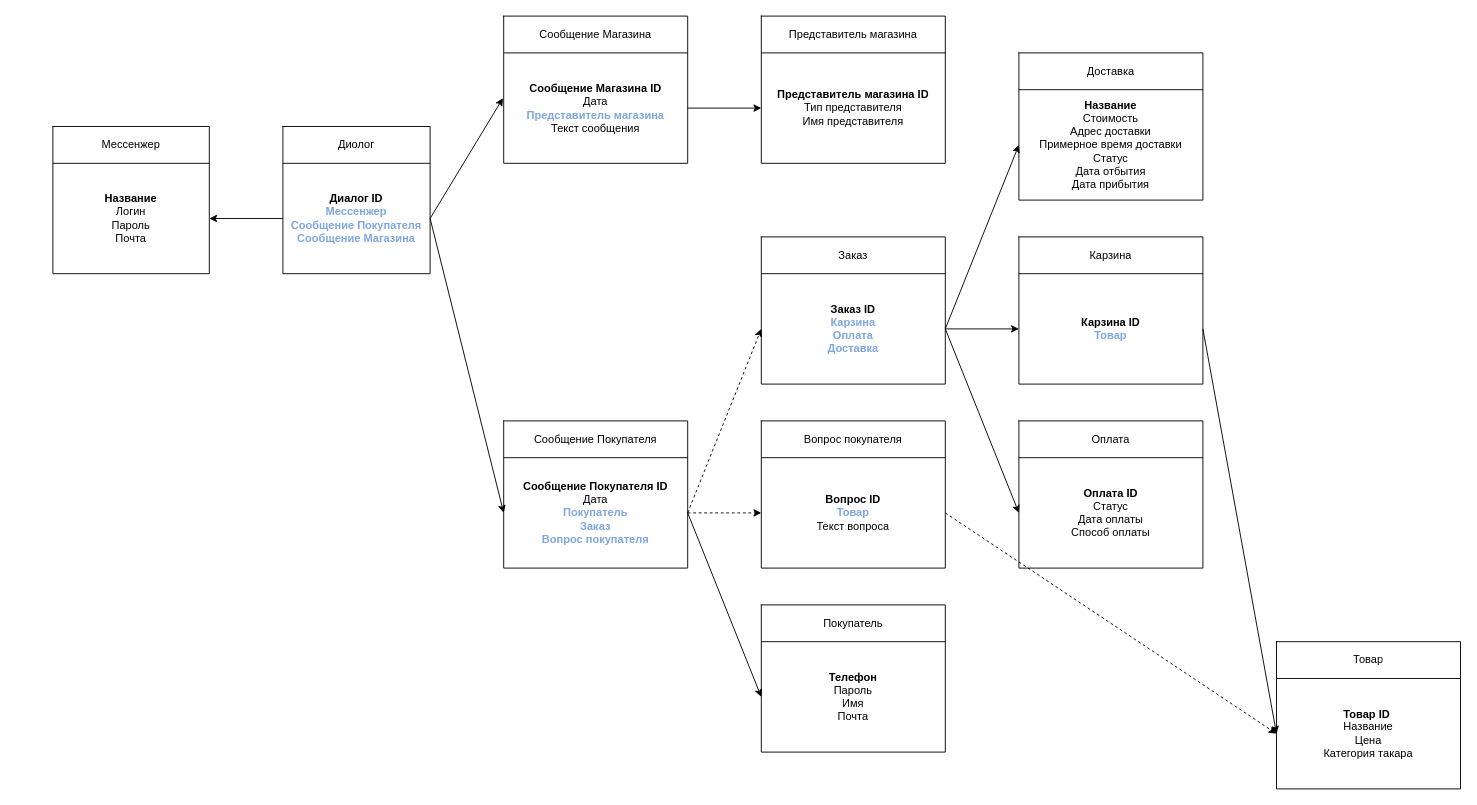
Before: page "Page-1" (1 of 3) of Untitled Diagram.drawio in HegelPro/db-diagram, a draw.io diagram. Source tidied: cells renumbered, new cells numbered last; positions are measured from the earlier drawing's top-left corner, leaving out a move shared by most shapes. Both pictures are drawn from the tidied source at 92%, with x=0, y=0 at pixel (52, 16).
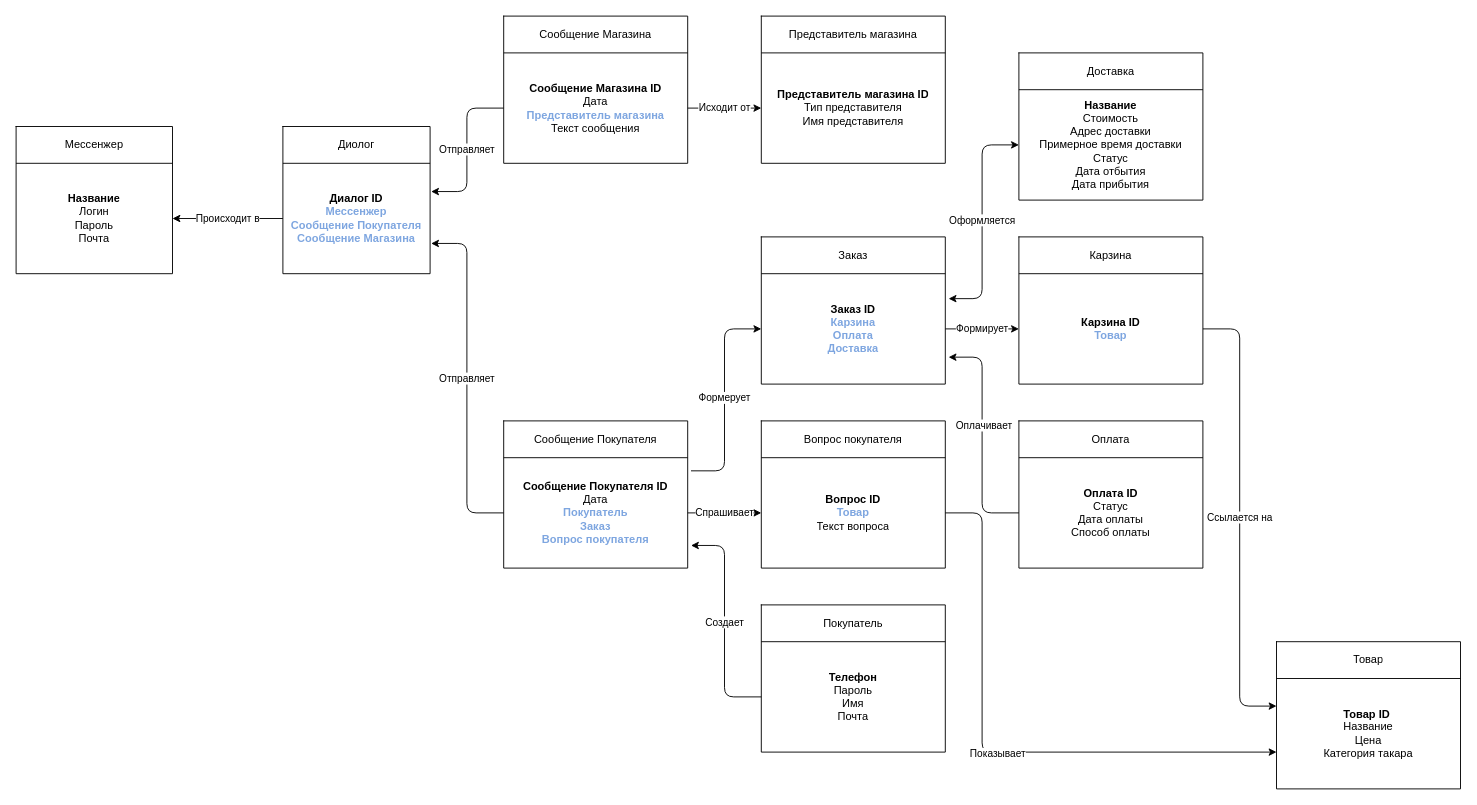
The same diagram, later.

Unchanged cells that the change refers to:
```xml
<mxCell id="6" style="shape=partialRectangle;html=1;whiteSpace=wrap;fillColor=none;top=0;left=0;bottom=0;right=0;points=[[0,0.5],[1,0.5]];portConstraint=eastwest;" parent="3" vertex="1">
  <mxGeometry y="40" width="200" height="120" as="geometry" />
</mxCell>
<mxCell id="11" style="shape=partialRectangle;html=1;whiteSpace=wrap;fillColor=none;top=0;left=0;bottom=0;right=0;points=[[0,0.5],[1,0.5]];portConstraint=eastwest;" parent="8" vertex="1">
  <mxGeometry y="40" width="200" height="120" as="geometry" />
</mxCell>
<mxCell id="16" style="shape=partialRectangle;html=1;whiteSpace=wrap;fillColor=none;top=0;left=0;bottom=0;right=0;points=[[0,0.5],[1,0.5]];portConstraint=eastwest;" parent="13" vertex="1">
  <mxGeometry y="40" width="160" height="120" as="geometry" />
</mxCell>
<mxCell id="21" style="shape=partialRectangle;html=1;whiteSpace=wrap;fillColor=none;top=0;left=0;bottom=0;right=0;points=[[0,0.5],[1,0.5]];portConstraint=eastwest;" parent="18" vertex="1">
  <mxGeometry y="40" width="200" height="120" as="geometry" />
</mxCell>
<mxCell id="26" style="shape=partialRectangle;html=1;whiteSpace=wrap;fillColor=none;top=0;left=0;bottom=0;right=0;points=[[0,0.5],[1,0.5]];portConstraint=eastwest;" parent="23" vertex="1">
  <mxGeometry y="40" width="200" height="120" as="geometry" />
</mxCell>
<mxCell id="31" style="shape=partialRectangle;html=1;whiteSpace=wrap;fillColor=none;top=0;left=0;bottom=0;right=0;points=[[0,0.5],[1,0.5]];portConstraint=eastwest;" parent="28" vertex="1">
  <mxGeometry y="40" width="200" height="120" as="geometry" />
</mxCell>
<mxCell id="36" style="shape=partialRectangle;html=1;whiteSpace=wrap;fillColor=none;top=0;left=0;bottom=0;right=0;points=[[0,0.5],[1,0.5]];portConstraint=eastwest;" parent="33" vertex="1">
  <mxGeometry y="40" width="200" height="120" as="geometry" />
</mxCell>
<mxCell id="42" style="shape=partialRectangle;html=1;whiteSpace=wrap;fillColor=none;top=0;left=0;bottom=0;right=0;points=[[0,0.5],[1,0.5]];portConstraint=eastwest;" parent="38" vertex="1">
  <mxGeometry y="40" width="200" height="120" as="geometry" />
</mxCell>
<mxCell id="53" style="shape=partialRectangle;html=1;whiteSpace=wrap;fillColor=none;top=0;left=0;bottom=0;right=0;points=[[0,0.5],[1,0.5]];portConstraint=eastwest;" parent="50" vertex="1">
  <mxGeometry y="40" width="200" height="120" as="geometry" />
</mxCell>
<mxCell id="58" style="shape=partialRectangle;html=1;whiteSpace=wrap;fillColor=none;top=0;left=0;bottom=0;right=0;points=[[0,0.5],[1,0.5]];portConstraint=eastwest;" parent="55" vertex="1">
  <mxGeometry y="40" width="200" height="120" as="geometry" />
</mxCell>
<mxCell id="65" style="shape=partialRectangle;html=1;whiteSpace=wrap;fillColor=none;top=0;left=0;bottom=0;right=0;points=[[0,0.5],[1,0.5]];portConstraint=eastwest;" parent="62" vertex="1">
  <mxGeometry y="40" width="170" height="120" as="geometry" />
</mxCell>
<mxCell id="71" style="shape=partialRectangle;html=1;whiteSpace=wrap;fillColor=none;top=0;left=0;bottom=0;right=0;points=[[0,0.5],[1,0.5]];portConstraint=eastwest;" parent="68" vertex="1">
  <mxGeometry y="40" width="200" height="120" as="geometry" />
</mxCell>
```

The edit, as a diff of the source:
```diff
@@
-    <mxCell id="44" style="edgeStyle=none;rounded=0;jettySize=auto;html=1;exitX=1;exitY=0.5;exitDx=0;exitDy=0;entryX=-0.004;entryY=0.41;entryDx=0;entryDy=0;entryPerimeter=0;" parent="1" edge="1" source="16" target="42">
-      <mxGeometry relative="1" as="geometry" />
-    </mxCell>
-    <mxCell id="45" style="endArrow=classic;html=1;exitX=1;exitY=0.5;exitDx=0;exitDy=0;entryX=0;entryY=0.5;entryDx=0;entryDy=0;" parent="1" edge="1" source="16" target="11">
-      <mxGeometry relative="1" as="geometry" />
-    </mxCell>
-    <mxCell id="46" style="edgeStyle=none;rounded=0;jettySize=auto;html=1;exitX=1;exitY=0.5;exitDx=0;exitDy=0;entryX=0;entryY=0.5;entryDx=0;entryDy=0;" parent="1" edge="1" source="31" target="26">
-      <mxGeometry relative="1" as="geometry" />
-    </mxCell>
-    <mxCell id="47" style="edgeStyle=none;rounded=0;jettySize=auto;html=1;exitX=1;exitY=0.5;exitDx=0;exitDy=0;entryX=0;entryY=0.5;entryDx=0;entryDy=0;" parent="1" edge="1" source="26" target="21">
-      <mxGeometry relative="1" as="geometry" />
-    </mxCell>
-    <mxCell id="48" style="edgeStyle=none;rounded=0;jettySize=auto;html=1;exitX=1;exitY=0.5;exitDx=0;exitDy=0;entryX=0;entryY=0.5;entryDx=0;entryDy=0;" parent="1" edge="1" source="11" target="6">
-      <mxGeometry relative="1" as="geometry" />
-    </mxCell>
-    <mxCell id="49" style="edgeStyle=none;rounded=0;jettySize=auto;html=1;entryX=0;entryY=0.5;entryDx=0;entryDy=0;exitX=1;exitY=0.5;exitDx=0;exitDy=0;" parent="1" edge="1" source="42" target="36">
-      <mxGeometry relative="1" as="geometry" />
-    </mxCell>
@@
-    <mxCell id="60" style="edgeStyle=none;rounded=0;jettySize=auto;html=1;exitX=1;exitY=0.5;exitDx=0;exitDy=0;entryX=0;entryY=0.5;entryDx=0;entryDy=0;" parent="1" edge="1" source="31" target="53">
-      <mxGeometry relative="1" as="geometry" />
-    </mxCell>
-    <mxCell id="61" style="edgeStyle=none;rounded=0;jettySize=auto;html=1;exitX=1;exitY=0.5;exitDx=0;exitDy=0;entryX=0;entryY=0.5;entryDx=0;entryDy=0;" parent="1" edge="1" source="31" target="58">
-      <mxGeometry relative="1" as="geometry" />
-    </mxCell>
     <mxCell id="62" style="shape=table;html=1;whiteSpace=wrap;startSize=0;childLayout=tableLayout;" parent="1" vertex="1">
-      <mxGeometry y="120" width="170" height="160" as="geometry" />
+      <mxGeometry x="-40" y="120" width="170" height="160" as="geometry" />
     </mxCell>
@@
-    <mxCell id="67" style="edgeStyle=none;rounded=0;jettySize=auto;html=1;exitX=0;exitY=0.5;exitDx=0;exitDy=0;entryX=1;entryY=0.5;entryDx=0;entryDy=0;" parent="1" edge="1" source="16" target="65">
-      <mxGeometry relative="1" as="geometry" />
-    </mxCell>
@@
-    <mxCell id="73" style="edgeStyle=none;jettySize=auto;html=1;exitX=1;exitY=0.5;exitDx=0;exitDy=0;entryX=0;entryY=0.5;entryDx=0;entryDy=0;dashed=1;rounded=0;" parent="1" edge="1" source="11" target="71">
-      <mxGeometry relative="1" as="geometry" />
-    </mxCell>
-    <mxCell id="74" style="edgeStyle=none;rounded=0;jettySize=auto;html=1;exitX=1;exitY=0.5;exitDx=0;exitDy=0;entryX=0;entryY=0.5;entryDx=0;entryDy=0;dashed=1;" parent="1" edge="1" source="11" target="31">
-      <mxGeometry relative="1" as="geometry" />
-    </mxCell>
-    <mxCell id="75" style="edgeStyle=none;rounded=0;jettySize=auto;html=1;exitX=1;exitY=0.5;exitDx=0;exitDy=0;entryX=0;entryY=0.5;entryDx=0;entryDy=0;dashed=1;" parent="1" edge="1" source="71" target="21">
-      <mxGeometry relative="1" as="geometry" />
-    </mxCell>
+    <mxCell id="76" value="Происходит в" style="edgeStyle=orthogonalEdgeStyle;curved=0;rounded=1;sketch=0;jettySize=auto;html=1;exitX=1;exitY=0.5;exitDx=0;exitDy=0;endArrow=none;endFill=0;startArrow=classic;startFill=1;" parent="1" edge="1" source="65" target="16">
+      <mxGeometry relative="1" as="geometry" />
+    </mxCell>
+    <mxCell id="77" value="Исходит от" style="edgeStyle=orthogonalEdgeStyle;curved=0;rounded=1;sketch=0;jettySize=auto;html=1;exitX=0;exitY=0.5;exitDx=0;exitDy=0;entryX=1;entryY=0.5;entryDx=0;entryDy=0;endArrow=none;endFill=0;startArrow=classic;startFill=1;" parent="1" edge="1" source="36" target="42">
+      <mxGeometry relative="1" as="geometry" />
+    </mxCell>
+    <mxCell id="78" value="Ссылается на" style="edgeStyle=orthogonalEdgeStyle;curved=0;rounded=1;sketch=0;jettySize=auto;html=1;entryX=1;entryY=0.5;entryDx=0;entryDy=0;endArrow=none;endFill=0;startArrow=classic;startFill=1;" parent="1" edge="1" target="26">
+      <mxGeometry relative="1" as="geometry">
+        <mxPoint x="1330" y="750" as="sourcePoint" />
+        <Array as="points">
+          <mxPoint x="1290" y="750" />
+          <mxPoint x="1290" y="340" />
+        </Array>
+      </mxGeometry>
+    </mxCell>
+    <mxCell id="79" style="edgeStyle=orthogonalEdgeStyle;curved=0;rounded=1;sketch=0;jettySize=auto;html=1;entryX=1;entryY=0.5;entryDx=0;entryDy=0;endArrow=none;endFill=0;startArrow=classic;startFill=1;" parent="1" edge="1" target="71">
+      <mxGeometry relative="1" as="geometry">
+        <mxPoint x="1330" y="800" as="sourcePoint" />
+        <Array as="points">
+          <mxPoint x="1330" y="800" />
+          <mxPoint x="1010" y="800" />
+          <mxPoint x="1010" y="540" />
+        </Array>
+      </mxGeometry>
+    </mxCell>
+    <mxCell id="80" value="Показывает" style="edgeLabel;html=1;align=center;verticalAlign=middle;" parent="79" vertex="1">
+      <mxGeometry x="-0.02" y="1" relative="1" as="geometry" />
+    </mxCell>
+    <mxCell id="81" value="Оформляется" style="edgeStyle=orthogonalEdgeStyle;curved=0;rounded=1;sketch=0;jettySize=auto;html=1;exitX=0;exitY=0.5;exitDx=0;exitDy=0;entryX=1.018;entryY=0.226;entryDx=0;entryDy=0;entryPerimeter=0;endArrow=classic;endFill=1;startArrow=classic;startFill=1;" parent="1" edge="1" source="53" target="31">
+      <mxGeometry relative="1" as="geometry" />
+    </mxCell>
+    <mxCell id="82" value="Формирует" style="edgeStyle=orthogonalEdgeStyle;curved=0;rounded=1;sketch=0;jettySize=auto;html=1;exitX=0;exitY=0.5;exitDx=0;exitDy=0;entryX=1;entryY=0.5;entryDx=0;entryDy=0;endArrow=none;endFill=0;startArrow=classic;startFill=1;" parent="1" edge="1" source="26" target="31">
+      <mxGeometry relative="1" as="geometry" />
+    </mxCell>
+    <mxCell id="83" style="edgeStyle=orthogonalEdgeStyle;curved=0;rounded=1;sketch=0;jettySize=auto;html=1;exitX=0;exitY=0.5;exitDx=0;exitDy=0;entryX=1.018;entryY=0.756;entryDx=0;entryDy=0;entryPerimeter=0;endArrow=classic;endFill=1;" parent="1" edge="1" source="58" target="31">
+      <mxGeometry relative="1" as="geometry" />
+    </mxCell>
+    <mxCell id="84" value="Оплачивает" style="edgeLabel;html=1;align=center;verticalAlign=middle;" parent="83" vertex="1">
+      <mxGeometry x="0.11" y="-1" relative="1" as="geometry" />
+    </mxCell>
+    <mxCell id="85" value="Формерует" style="edgeStyle=orthogonalEdgeStyle;curved=0;rounded=1;sketch=0;jettySize=auto;html=1;exitX=0;exitY=0.5;exitDx=0;exitDy=0;entryX=1.018;entryY=0.119;entryDx=0;entryDy=0;entryPerimeter=0;endArrow=none;endFill=0;startArrow=classic;startFill=1;" parent="1" edge="1" source="31" target="11">
+      <mxGeometry relative="1" as="geometry" />
+    </mxCell>
+    <mxCell id="86" value="Создает" style="edgeStyle=orthogonalEdgeStyle;curved=0;rounded=1;sketch=0;jettySize=auto;html=1;exitX=0;exitY=0.5;exitDx=0;exitDy=0;entryX=1.018;entryY=0.795;entryDx=0;entryDy=0;entryPerimeter=0;endArrow=classic;endFill=1;" parent="1" edge="1" source="6" target="11">
+      <mxGeometry relative="1" as="geometry" />
+    </mxCell>
+    <mxCell id="87" value="Спрашивает" style="edgeStyle=orthogonalEdgeStyle;curved=0;rounded=1;sketch=0;jettySize=auto;html=1;exitX=0;exitY=0.5;exitDx=0;exitDy=0;entryX=1;entryY=0.5;entryDx=0;entryDy=0;endArrow=none;endFill=0;startArrow=classic;startFill=1;" parent="1" edge="1" source="71" target="11">
+      <mxGeometry relative="1" as="geometry" />
+    </mxCell>
+    <mxCell id="88" value="Отправляет" style="edgeStyle=orthogonalEdgeStyle;curved=0;rounded=1;sketch=0;jettySize=auto;html=1;exitX=0;exitY=0.5;exitDx=0;exitDy=0;entryX=1.007;entryY=0.256;entryDx=0;entryDy=0;entryPerimeter=0;endArrow=classic;endFill=1;" parent="1" edge="1" source="42" target="16">
+      <mxGeometry relative="1" as="geometry" />
+    </mxCell>
+    <mxCell id="89" value="Отправляет" style="edgeStyle=orthogonalEdgeStyle;curved=0;rounded=1;sketch=0;jettySize=auto;html=1;exitX=0;exitY=0.5;exitDx=0;exitDy=0;entryX=1.007;entryY=0.726;entryDx=0;entryDy=0;entryPerimeter=0;endArrow=classic;endFill=1;" parent="1" edge="1" source="11" target="16">
+      <mxGeometry relative="1" as="geometry" />
+    </mxCell>
```
